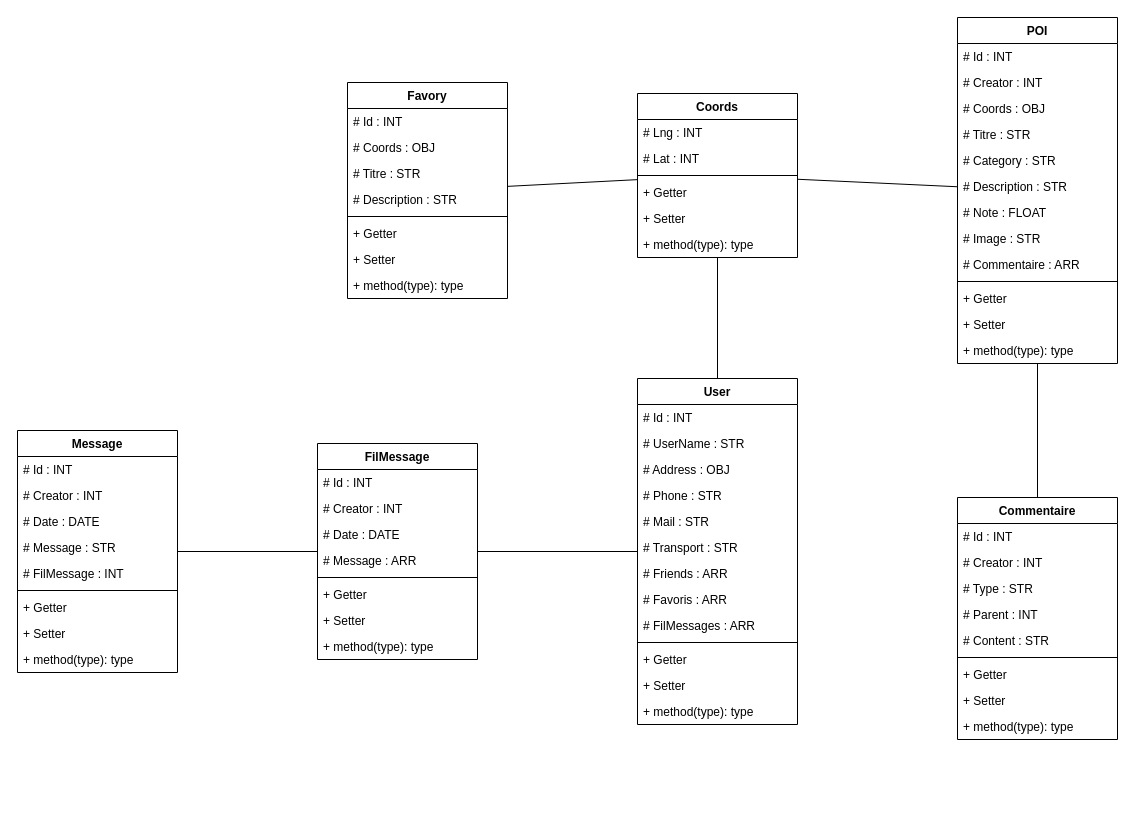
This is page "Class-Diagram" (3 of 3) of UML/UML.drawio from Bparsis/Projet-Formation, a draw.io file, before an edit. Source tidied: cells renumbered, new cells numbered last; positions are measured from the earlier drawing's top-left corner, leaving out a move shared by most shapes. Both pictures are drawn from the tidied source at 100%, with x=0, y=0 at pixel (17, 17).
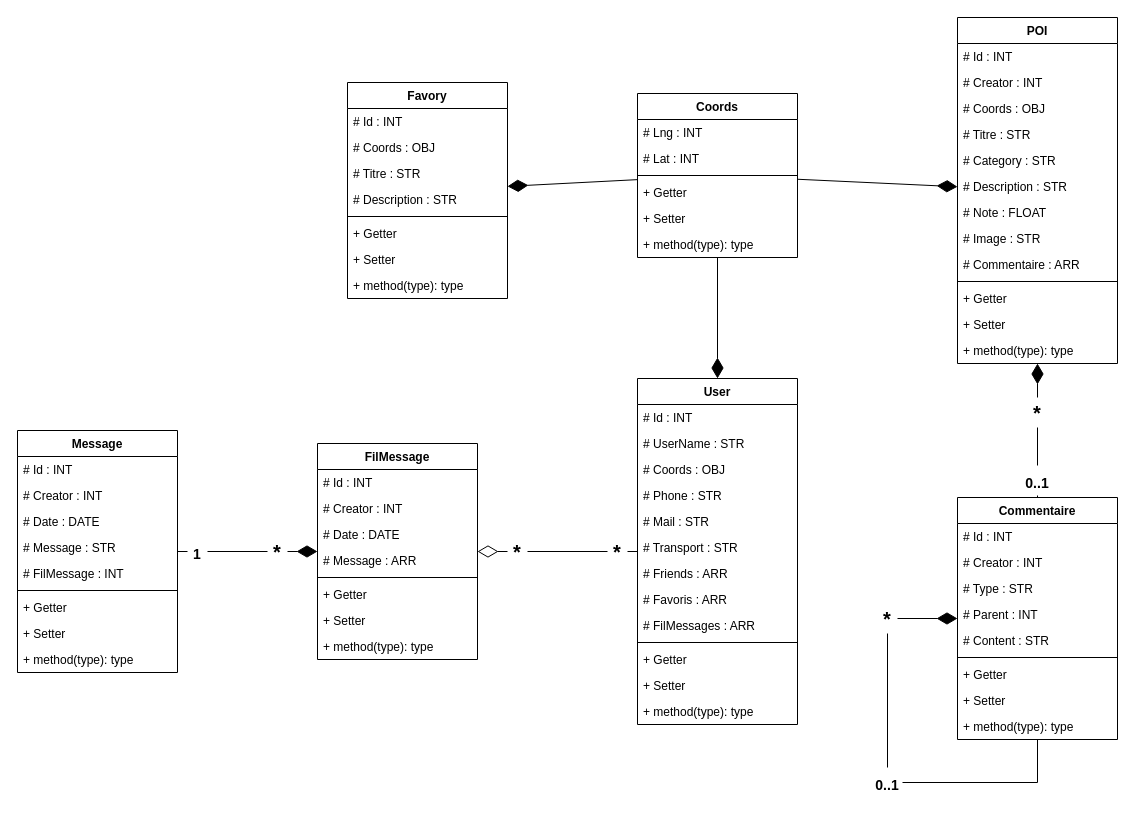
The same diagram, later.

Commit message (it also covers changes not shown here):
ADD debut profile/class-diagram

Unchanged cells that the change refers to:
```xml
<mxCell id="2" value="User" style="swimlane;fontStyle=1;align=center;verticalAlign=top;horizontal=1;startSize=26;" parent="1" vertex="1">
  <mxGeometry x="620" y="361" width="160" height="346" as="geometry" />
</mxCell>
<mxCell id="16" value="Favory" style="swimlane;fontStyle=1;align=center;verticalAlign=top;horizontal=1;startSize=26;" parent="1" vertex="1">
  <mxGeometry x="330" y="65" width="160" height="216" as="geometry" />
</mxCell>
<mxCell id="25" value="FilMessage" style="swimlane;fontStyle=1;align=center;verticalAlign=top;horizontal=1;startSize=26;" parent="1" vertex="1">
  <mxGeometry x="300" y="426" width="160" height="216" as="geometry" />
</mxCell>
<mxCell id="34" value="Message" style="swimlane;fontStyle=1;align=center;verticalAlign=top;horizontal=1;startSize=26;" parent="1" vertex="1">
  <mxGeometry y="413" width="160" height="242" as="geometry" />
</mxCell>
<mxCell id="44" value="Commentaire" style="swimlane;fontStyle=1;align=center;verticalAlign=top;horizontal=1;startSize=26;" parent="1" vertex="1">
  <mxGeometry x="940" y="480" width="160" height="242" as="geometry" />
</mxCell>
<mxCell id="54" value="POI" style="swimlane;fontStyle=1;align=center;verticalAlign=top;horizontal=1;startSize=26;" parent="1" vertex="1">
  <mxGeometry x="940" width="160" height="346" as="geometry" />
</mxCell>
<mxCell id="68" value="Coords" style="swimlane;fontStyle=1;align=center;verticalAlign=top;horizontal=1;startSize=26;" parent="1" vertex="1">
  <mxGeometry x="620" y="76" width="160" height="164" as="geometry" />
</mxCell>
```

Change to the diagram source:
```diff
@@
-    <mxCell id="5" value="# Address : OBJ" style="text;strokeColor=none;fillColor=none;align=left;verticalAlign=top;spacingLeft=4;spacingRight=4;overflow=hidden;" parent="2" vertex="1">
+    <mxCell id="5" value="# Coords : OBJ" style="text;strokeColor=none;fillColor=none;align=left;verticalAlign=top;spacingLeft=4;spacingRight=4;overflow=hidden;" parent="2" vertex="1">
       <mxGeometry y="78" width="160" height="26" as="geometry" />
     </mxCell>
@@
-    <mxCell id="75" style="endArrow=none;html=1;rounded=0;" parent="1" edge="1" source="16" target="68">
+    <mxCell id="75" style="endArrow=none;html=1;rounded=0;endFill=0;startArrow=diamondThin;startFill=1;endSize=6;startSize=18;" parent="1" edge="1" source="16" target="68">
       <mxGeometry relative="1" as="geometry" />
     </mxCell>
-    <mxCell id="76" style="endArrow=none;html=1;rounded=0;" parent="1" edge="1" source="54" target="68">
+    <mxCell id="76" style="endArrow=none;html=1;rounded=0;startArrow=diamondThin;startFill=1;startSize=18;" parent="1" edge="1" source="54" target="68">
       <mxGeometry relative="1" as="geometry" />
     </mxCell>
-    <mxCell id="77" style="endArrow=none;html=1;rounded=0;" parent="1" edge="1" source="68" target="2">
+    <mxCell id="77" style="endArrow=diamondThin;html=1;rounded=0;endFill=1;endSize=18;" parent="1" edge="1" source="68" target="2">
       <mxGeometry relative="1" as="geometry" />
     </mxCell>
-    <mxCell id="78" style="endArrow=none;html=1;rounded=0;" parent="1" edge="1" source="54" target="44">
+    <mxCell id="78" style="endArrow=none;html=1;rounded=0;endFill=0;startArrow=none;startFill=1;endSize=6;startSize=18;" parent="1" edge="1" source="91" target="44">
       <mxGeometry relative="1" as="geometry" />
     </mxCell>
-    <mxCell id="79" style="endArrow=none;html=1;rounded=0;" parent="1" edge="1" source="2" target="25">
+    <mxCell id="79" style="endArrow=diamondThin;html=1;rounded=0;startArrow=none;startFill=0;endFill=0;endSize=18;startSize=6;targetPerimeterSpacing=0;" parent="1" edge="1" source="87" target="25">
       <mxGeometry relative="1" as="geometry" />
     </mxCell>
-    <mxCell id="80" style="endArrow=none;html=1;rounded=0;" parent="1" edge="1" source="34" target="25">
+    <mxCell id="80" style="endArrow=diamondThin;html=1;rounded=0;startArrow=none;startFill=0;endFill=1;endSize=18;" parent="1" edge="1" source="83" target="25">
       <mxGeometry relative="1" as="geometry" />
     </mxCell>
+    <mxCell id="81" value="&lt;font style=&quot;font-size: 20px&quot;&gt;&lt;b&gt;*&lt;/b&gt;&lt;/font&gt;" style="text;html=1;strokeColor=none;fillColor=none;align=center;verticalAlign=middle;whiteSpace=wrap;rounded=0;" parent="1" vertex="1">
+      <mxGeometry x="590" y="519" width="20" height="30" as="geometry" />
+    </mxCell>
+    <mxCell id="82" style="endArrow=none;html=1;rounded=0;startArrow=none;startFill=0;endFill=0;endSize=18;startSize=6;" parent="1" edge="1" source="2" target="81">
+      <mxGeometry relative="1" as="geometry" />
+    </mxCell>
+    <mxCell id="83" value="&lt;font style=&quot;font-size: 20px&quot;&gt;&lt;b&gt;*&lt;/b&gt;&lt;/font&gt;" style="text;html=1;strokeColor=none;fillColor=none;align=center;verticalAlign=middle;whiteSpace=wrap;rounded=0;" parent="1" vertex="1">
+      <mxGeometry x="250" y="519" width="20" height="30" as="geometry" />
+    </mxCell>
+    <mxCell id="84" style="endArrow=none;html=1;rounded=0;startArrow=none;startFill=0;endFill=1;endSize=18;" parent="1" edge="1" source="85" target="83">
+      <mxGeometry relative="1" as="geometry" />
+    </mxCell>
+    <mxCell id="85" value="&lt;font style=&quot;font-size: 20px&quot;&gt;&lt;b style=&quot;font-size: 14px&quot;&gt;1&lt;/b&gt;&lt;/font&gt;" style="text;html=1;strokeColor=none;fillColor=none;align=center;verticalAlign=middle;whiteSpace=wrap;rounded=0;" parent="1" vertex="1">
+      <mxGeometry x="170" y="519" width="20" height="30" as="geometry" />
+    </mxCell>
+    <mxCell id="86" style="endArrow=none;html=1;rounded=0;startArrow=none;startFill=0;endFill=1;endSize=18;" parent="1" edge="1" source="34" target="85">
+      <mxGeometry relative="1" as="geometry" />
+    </mxCell>
+    <mxCell id="87" value="&lt;font style=&quot;font-size: 20px&quot;&gt;&lt;b&gt;*&lt;/b&gt;&lt;/font&gt;" style="text;html=1;strokeColor=none;fillColor=none;align=center;verticalAlign=middle;whiteSpace=wrap;rounded=0;" parent="1" vertex="1">
+      <mxGeometry x="490" y="519" width="20" height="30" as="geometry" />
+    </mxCell>
+    <mxCell id="88" style="endArrow=none;html=1;rounded=0;startArrow=none;startFill=0;endFill=0;endSize=18;startSize=6;" parent="1" edge="1" source="81" target="87">
+      <mxGeometry relative="1" as="geometry" />
+    </mxCell>
+    <mxCell id="89" value="&lt;font style=&quot;font-size: 20px&quot;&gt;&lt;b&gt;*&lt;/b&gt;&lt;/font&gt;" style="text;html=1;strokeColor=none;fillColor=none;align=center;verticalAlign=middle;whiteSpace=wrap;rounded=0;" parent="1" vertex="1">
+      <mxGeometry x="1010" y="380" width="20" height="30" as="geometry" />
+    </mxCell>
+    <mxCell id="90" style="endArrow=none;html=1;rounded=0;endFill=0;startArrow=diamondThin;startFill=1;endSize=6;startSize=18;" parent="1" edge="1" source="54" target="89">
+      <mxGeometry relative="1" as="geometry" />
+    </mxCell>
+    <mxCell id="91" value="&lt;font style=&quot;font-size: 20px&quot;&gt;&lt;b style=&quot;font-size: 14px&quot;&gt;0..1&lt;/b&gt;&lt;/font&gt;" style="text;html=1;strokeColor=none;fillColor=none;align=center;verticalAlign=middle;whiteSpace=wrap;rounded=0;" parent="1" vertex="1">
+      <mxGeometry x="1005" y="448" width="30" height="30" as="geometry" />
+    </mxCell>
+    <mxCell id="92" style="endArrow=none;html=1;rounded=0;endFill=0;startArrow=none;startFill=1;endSize=6;startSize=18;" parent="1" edge="1" source="89" target="91">
+      <mxGeometry relative="1" as="geometry" />
+    </mxCell>
+    <mxCell id="93" style="endArrow=none;html=1;rounded=0;endFill=0;endSize=18;startArrow=none;" parent="1" edge="1" source="96" target="44">
+      <mxGeometry relative="1" as="geometry">
+        <Array as="points">
+          <mxPoint x="1020" y="765" />
+        </Array>
+      </mxGeometry>
+    </mxCell>
+    <mxCell id="94" value="&lt;font style=&quot;font-size: 20px&quot;&gt;&lt;b&gt;*&lt;/b&gt;&lt;/font&gt;" style="text;html=1;strokeColor=none;fillColor=none;align=center;verticalAlign=middle;whiteSpace=wrap;rounded=0;" parent="1" vertex="1">
+      <mxGeometry x="860" y="586" width="20" height="30" as="geometry" />
+    </mxCell>
+    <mxCell id="95" style="endArrow=none;html=1;rounded=0;endFill=0;endSize=6;startArrow=diamondThin;startFill=1;startSize=18;" parent="1" edge="1" source="44" target="94">
+      <mxGeometry relative="1" as="geometry" />
+    </mxCell>
+    <mxCell id="96" value="&lt;font style=&quot;font-size: 20px&quot;&gt;&lt;b style=&quot;font-size: 14px&quot;&gt;0..1&lt;/b&gt;&lt;/font&gt;" style="text;html=1;strokeColor=none;fillColor=none;align=center;verticalAlign=middle;whiteSpace=wrap;rounded=0;" parent="1" vertex="1">
+      <mxGeometry x="855" y="750" width="30" height="30" as="geometry" />
+    </mxCell>
+    <mxCell id="97" style="endArrow=none;html=1;rounded=0;endFill=1;endSize=18;startArrow=none;" parent="1" edge="1" source="94" target="96">
+      <mxGeometry relative="1" as="geometry" />
+    </mxCell>
```
